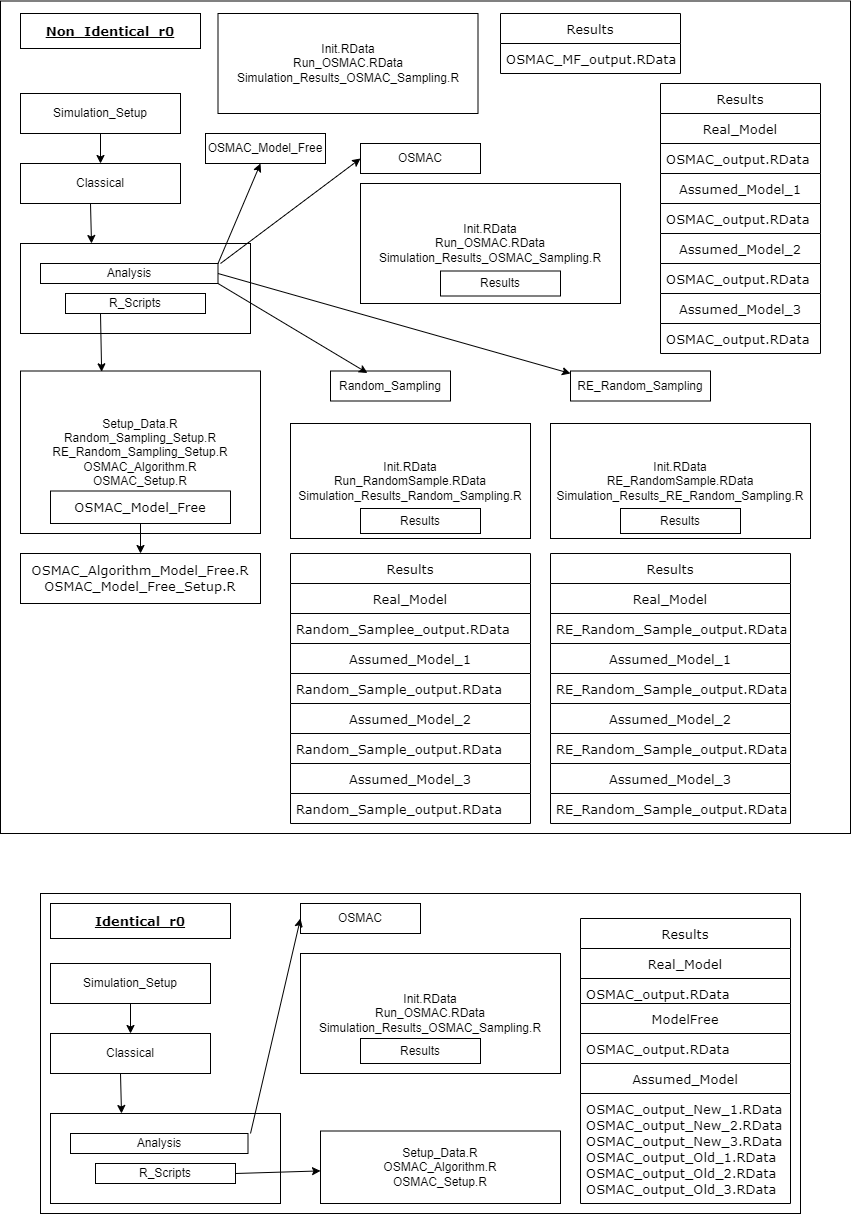
Amalan-ConStat/RS_OS_MROS_PR_TwoVar_Normal keeps this draw.io diagram as Images/Simulation_Setup.png. Above is the earlier version. Source tidied: cells renumbered, new cells last; positions are measured from the earlier drawing's top-left corner, leaving out a move shared by most shapes.
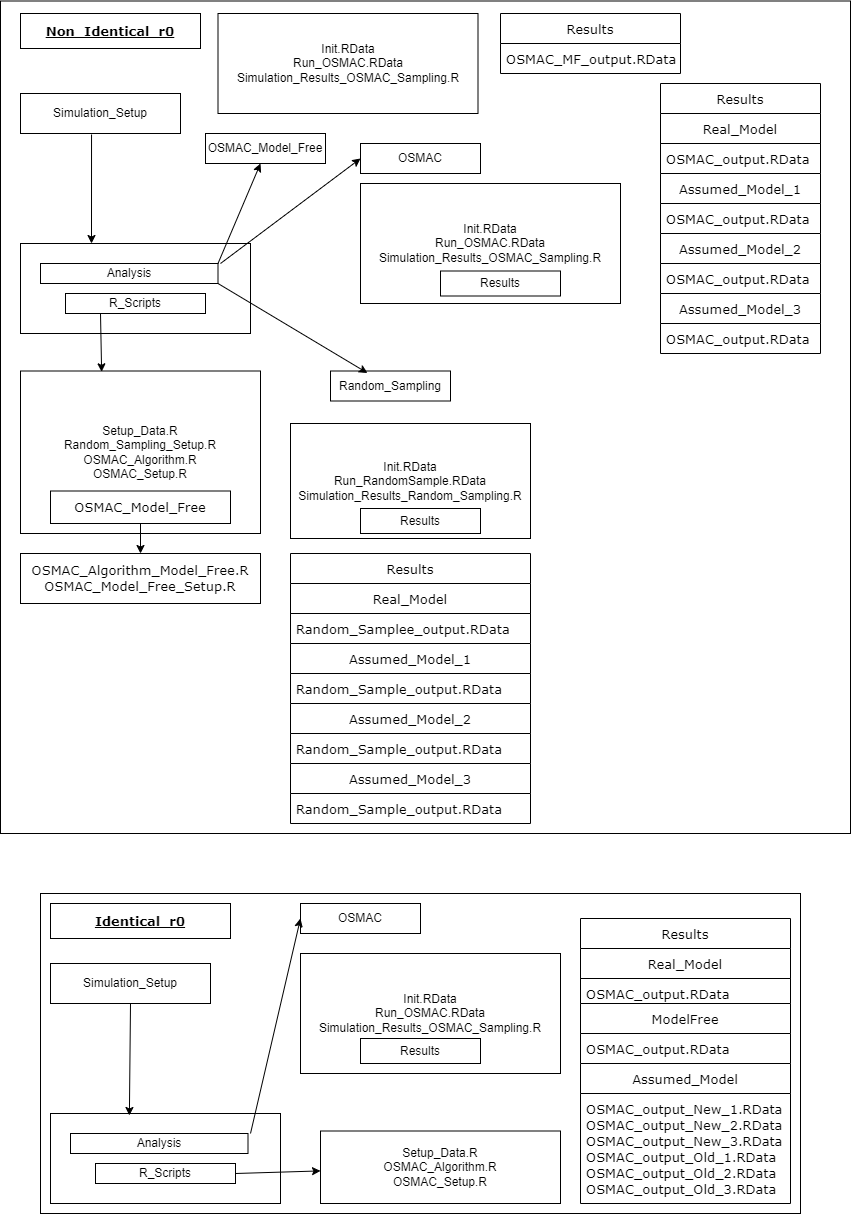
Later version of the same file.

The edit, as a diff of the source:
```diff
@@ -14,19 +14,13 @@
     <mxCell id="5" value="Simulation_Setup" style="rounded=0;whiteSpace=wrap;html=1;" parent="1" vertex="1">
       <mxGeometry x="20" y="92" width="160" height="40" as="geometry" />
     </mxCell>
-    <mxCell id="6" value="Classical" style="rounded=0;whiteSpace=wrap;html=1;" parent="1" vertex="1">
-      <mxGeometry x="20" y="162" width="160" height="40" as="geometry" />
-    </mxCell>
     <mxCell id="7" value="&lt;span style=&quot;white-space: normal&quot;&gt;R_Scripts&lt;/span&gt;" style="rounded=0;whiteSpace=wrap;html=1;" parent="1" vertex="1">
       <mxGeometry x="65" y="292" width="140" height="20" as="geometry" />
     </mxCell>
     <mxCell id="8" value="Analysis" style="rounded=0;whiteSpace=wrap;html=1;" parent="1" vertex="1">
       <mxGeometry x="40" y="262" width="177.5" height="20" as="geometry" />
     </mxCell>
-    <mxCell id="9" style="endArrow=classic;html=1;exitX=0.5;exitY=1;exitDx=0;exitDy=0;entryX=0.5;entryY=0;entryDx=0;entryDy=0;" parent="1" edge="1" source="5" target="6">
-      <mxGeometry relative="1" as="geometry" />
-    </mxCell>
-    <mxCell id="10" value="Setup_Data.R&lt;br&gt;Random_Sampling_Setup.R&lt;br&gt;RE_Random_Sampling_Setup.R&lt;br&gt;OSMAC_Algorithm.R&lt;br&gt;OSMAC_Setup.R" style="rounded=0;whiteSpace=wrap;html=1;" parent="1" vertex="1">
+    <mxCell id="10" value="Setup_Data.R&lt;br&gt;Random_Sampling_Setup.R&lt;br&gt;OSMAC_Algorithm.R&lt;br&gt;OSMAC_Setup.R" style="rounded=0;whiteSpace=wrap;html=1;" parent="1" vertex="1">
       <mxGeometry x="20" y="369.5" width="240" height="162.5" as="geometry" />
     </mxCell>
     <mxCell id="11" style="endArrow=classic;html=1;entryX=0.338;entryY=0.005;entryDx=0;entryDy=0;entryPerimeter=0;exitX=0.25;exitY=1;exitDx=0;exitDy=0;" parent="1" edge="1" source="7" target="10">
@@ -35,9 +29,6 @@
     <mxCell id="12" value="Random_Sampling" style="rounded=0;whiteSpace=wrap;html=1;" parent="1" vertex="1">
       <mxGeometry x="330" y="369.5" width="120" height="30" as="geometry" />
     </mxCell>
-    <mxCell id="13" value="RE_Random_Sampling" style="rounded=0;whiteSpace=wrap;html=1;" parent="1" vertex="1">
-      <mxGeometry x="570" y="369.5" width="140" height="30" as="geometry" />
-    </mxCell>
     <mxCell id="14" value="OSMAC" style="rounded=0;whiteSpace=wrap;html=1;" parent="1" vertex="1">
       <mxGeometry x="360" y="142" width="120" height="30" as="geometry" />
     </mxCell>
@@ -47,26 +38,15 @@
     <mxCell id="16" value="Results" style="rounded=0;whiteSpace=wrap;html=1;" parent="1" vertex="1">
       <mxGeometry x="360" y="507" width="120" height="25" as="geometry" />
     </mxCell>
-    <mxCell id="17" value="Init.RData&lt;br&gt;RE_RandomSample.RData&lt;br&gt;Simulation_Results_RE_Random_Sampling.R" style="rounded=0;whiteSpace=wrap;html=1;" parent="1" vertex="1">
-      <mxGeometry x="550" y="422" width="260" height="115" as="geometry" />
-    </mxCell>
     <mxCell id="18" value="Init.RData&lt;br&gt;Run_OSMAC.RData&lt;br&gt;Simulation_Results_OSMAC_Sampling.R" style="rounded=0;whiteSpace=wrap;html=1;" parent="1" vertex="1">
       <mxGeometry x="360" y="182" width="260" height="120" as="geometry" />
     </mxCell>
-    <mxCell id="19" value="Results" style="rounded=0;whiteSpace=wrap;html=1;" parent="1" vertex="1">
-      <mxGeometry x="620" y="507" width="120" height="25" as="geometry" />
-    </mxCell>
     <mxCell id="20" value="Results" style="rounded=0;whiteSpace=wrap;html=1;" parent="1" vertex="1">
       <mxGeometry x="440" y="269.5" width="120" height="25" as="geometry" />
     </mxCell>
     <mxCell id="21" style="endArrow=classic;html=1;exitX=1;exitY=1;exitDx=0;exitDy=0;entryX=0.308;entryY=0.067;entryDx=0;entryDy=0;entryPerimeter=0;" parent="1" edge="1" source="8" target="12">
       <mxGeometry relative="1" as="geometry" />
     </mxCell>
-    <mxCell id="22" style="endArrow=classic;html=1;exitX=1;exitY=0.5;exitDx=0;exitDy=0;" parent="1" edge="1" source="8">
-      <mxGeometry relative="1" as="geometry">
-        <mxPoint x="570" y="372" as="targetPoint" />
-      </mxGeometry>
-    </mxCell>
     <mxCell id="23" style="endArrow=classic;html=1;entryX=0;entryY=0.5;entryDx=0;entryDy=0;" parent="1" edge="1" target="14">
       <mxGeometry relative="1" as="geometry">
         <mxPoint x="220" y="262" as="sourcePoint" />
@@ -113,33 +93,6 @@
     <mxCell id="36" value="Random_Sample_output.RData" style="text;strokeColor=none;fillColor=none;align=left;verticalAlign=middle;spacingLeft=4;spacingRight=4;overflow=hidden;fontFamily=Verdana;fontSize=13;fontColor=#000000;" parent="35" vertex="1">
       <mxGeometry y="30" width="240" height="30" as="geometry" />
     </mxCell>
-    <mxCell id="37" value="Results" style="swimlane;fontStyle=0;horizontal=1;startSize=30;fontFamily=Verdana;fontSize=13;fontColor=#000000;" parent="1" vertex="1">
-      <mxGeometry x="550" y="552" width="240" height="90" as="geometry" />
-    </mxCell>
-    <mxCell id="38" value="Real_Model" style="swimlane;fontStyle=0;horizontal=1;startSize=30;fontFamily=Verdana;fontSize=13;fontColor=#000000;" parent="37" vertex="1">
-      <mxGeometry y="30" width="240" height="60" as="geometry" />
-    </mxCell>
-    <mxCell id="39" value="RE_Random_Sample_output.RData" style="text;strokeColor=none;fillColor=none;align=left;verticalAlign=middle;spacingLeft=4;spacingRight=4;overflow=hidden;fontFamily=Verdana;fontSize=13;fontColor=#000000;" parent="38" vertex="1">
-      <mxGeometry y="30" width="240" height="30" as="geometry" />
-    </mxCell>
-    <mxCell id="40" value="Assumed_Model_1" style="swimlane;fontStyle=0;horizontal=1;startSize=30;fontFamily=Verdana;fontSize=13;fontColor=#000000;" parent="1" vertex="1">
-      <mxGeometry x="550" y="642" width="240" height="60" as="geometry" />
-    </mxCell>
-    <mxCell id="41" value="RE_Random_Sample_output.RData" style="text;strokeColor=none;fillColor=none;align=left;verticalAlign=middle;spacingLeft=4;spacingRight=4;overflow=hidden;fontFamily=Verdana;fontSize=13;fontColor=#000000;" parent="40" vertex="1">
-      <mxGeometry y="30" width="240" height="30" as="geometry" />
-    </mxCell>
-    <mxCell id="42" value="Assumed_Model_2" style="swimlane;fontStyle=0;horizontal=1;startSize=30;fontFamily=Verdana;fontSize=13;fontColor=#000000;" parent="1" vertex="1">
-      <mxGeometry x="550" y="702" width="240" height="60" as="geometry" />
-    </mxCell>
-    <mxCell id="43" value="RE_Random_Sample_output.RData" style="text;strokeColor=none;fillColor=none;align=left;verticalAlign=middle;spacingLeft=4;spacingRight=4;overflow=hidden;fontFamily=Verdana;fontSize=13;fontColor=#000000;" parent="42" vertex="1">
-      <mxGeometry y="30" width="240" height="30" as="geometry" />
-    </mxCell>
-    <mxCell id="44" value="Assumed_Model_3" style="swimlane;fontStyle=0;horizontal=1;startSize=30;fontFamily=Verdana;fontSize=13;fontColor=#000000;" parent="1" vertex="1">
-      <mxGeometry x="550" y="762" width="240" height="60" as="geometry" />
-    </mxCell>
-    <mxCell id="45" value="RE_Random_Sample_output.RData" style="text;strokeColor=none;fillColor=none;align=left;verticalAlign=middle;spacingLeft=4;spacingRight=4;overflow=hidden;fontFamily=Verdana;fontSize=13;fontColor=#000000;" parent="44" vertex="1">
-      <mxGeometry y="30" width="240" height="30" as="geometry" />
-    </mxCell>
     <mxCell id="46" value="Results" style="swimlane;fontStyle=0;horizontal=1;startSize=30;fontFamily=Verdana;fontSize=13;fontColor=#000000;" parent="1" vertex="1">
       <mxGeometry x="660" y="82" width="160" height="90" as="geometry" />
     </mxCell>
@@ -173,9 +126,8 @@
     <mxCell id="56" value="Init.RData&lt;br&gt;Run_OSMAC.RData&lt;br&gt;Simulation_Results_OSMAC_Sampling.R" style="rounded=0;whiteSpace=wrap;html=1;" parent="1" vertex="1">
       <mxGeometry x="217.5" y="12" width="260" height="100" as="geometry" />
     </mxCell>
-    <mxCell id="57" style="endArrow=classic;html=1;exitX=0.25;exitY=1;exitDx=0;exitDy=0;" parent="1" edge="1">
+    <mxCell id="57" style="endArrow=classic;html=1;exitX=0.444;exitY=1.025;exitDx=0;exitDy=0;exitPerimeter=0;" parent="1" edge="1" source="5">
       <mxGeometry relative="1" as="geometry">
-        <mxPoint x="90" y="202" as="sourcePoint" />
         <mxPoint x="91" y="242" as="targetPoint" />
       </mxGeometry>
     </mxCell>
@@ -196,16 +148,13 @@
     <mxCell id="62" value="Simulation_Setup" style="rounded=0;whiteSpace=wrap;html=1;" parent="1" vertex="1">
       <mxGeometry x="50" y="962" width="160" height="40" as="geometry" />
     </mxCell>
-    <mxCell id="63" value="Classical" style="rounded=0;whiteSpace=wrap;html=1;" parent="1" vertex="1">
-      <mxGeometry x="50" y="1032" width="160" height="40" as="geometry" />
-    </mxCell>
     <mxCell id="64" value="&lt;span style=&quot;white-space: normal&quot;&gt;R_Scripts&lt;/span&gt;" style="rounded=0;whiteSpace=wrap;html=1;" parent="1" vertex="1">
       <mxGeometry x="95" y="1162" width="140" height="20" as="geometry" />
     </mxCell>
     <mxCell id="65" value="Analysis" style="rounded=0;whiteSpace=wrap;html=1;" parent="1" vertex="1">
       <mxGeometry x="70" y="1132" width="177.5" height="20" as="geometry" />
     </mxCell>
-    <mxCell id="66" style="endArrow=classic;html=1;exitX=0.5;exitY=1;exitDx=0;exitDy=0;entryX=0.5;entryY=0;entryDx=0;entryDy=0;" parent="1" edge="1" source="62" target="63">
+    <mxCell id="66" style="endArrow=classic;html=1;exitX=0.5;exitY=1;exitDx=0;exitDy=0;entryX=0.343;entryY=0.022;entryDx=0;entryDy=0;entryPerimeter=0;" parent="1" edge="1" source="62" target="61">
       <mxGeometry relative="1" as="geometry" />
     </mxCell>
     <mxCell id="67" value="Setup_Data.R&lt;br&gt;OSMAC_Algorithm.R&lt;br&gt;OSMAC_Setup.R" style="rounded=0;whiteSpace=wrap;html=1;" parent="1" vertex="1">
@@ -252,11 +201,5 @@
     <mxCell id="80" value="OSMAC_output_New_1.RData&#10;OSMAC_output_New_2.RData&#10;OSMAC_output_New_3.RData&#10;OSMAC_output_Old_1.RData&#10;OSMAC_output_Old_2.RData&#10;OSMAC_output_Old_3.RData" style="text;strokeColor=none;fillColor=none;align=left;verticalAlign=middle;spacingLeft=4;spacingRight=4;overflow=hidden;fontFamily=Verdana;fontSize=13;fontColor=#000000;" parent="79" vertex="1">
       <mxGeometry y="30" width="210" height="110" as="geometry" />
     </mxCell>
-    <mxCell id="81" style="endArrow=classic;html=1;exitX=0.25;exitY=1;exitDx=0;exitDy=0;" parent="1" edge="1">
-      <mxGeometry relative="1" as="geometry">
-        <mxPoint x="120" y="1072" as="sourcePoint" />
-        <mxPoint x="121" y="1112" as="targetPoint" />
-      </mxGeometry>
-    </mxCell>
   </root>
 </mxGraphModel>
```
